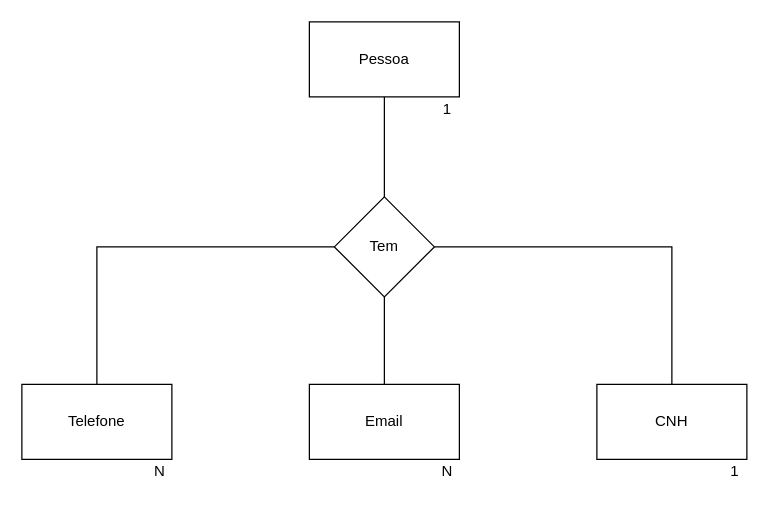
Above: page "Conceitual" (1 of 2) of 1.1-exercicio-pessoas/1.1-exercicio-pessoas.drawio in Brunodonadei/exercicios-sprint-1-bd (draw.io), before the change. Source tidied: cells renumbered, new cells numbered last; positions are measured from the earlier drawing's top-left corner, leaving out a move shared by most shapes. Both pictures are drawn from the tidied source at 125%, with x=0, y=0 at pixel (21, 21).
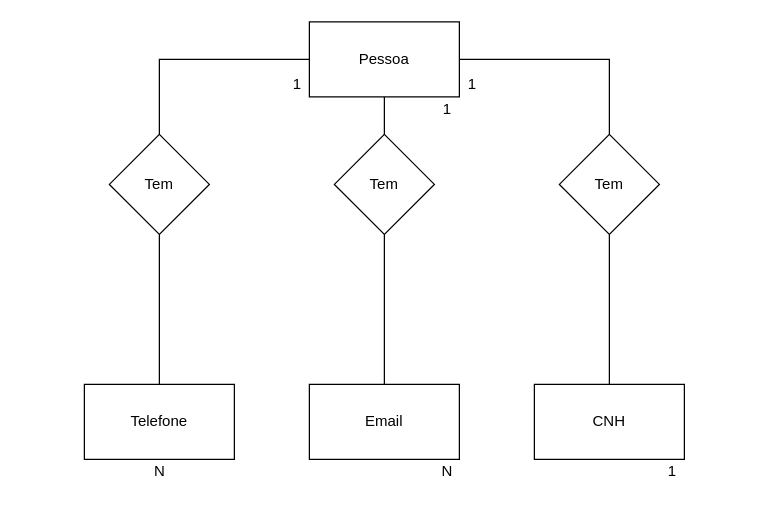
After the change.

Commit message (it also covers changes not shown here):
Adicionado diagrama logico e tabela 1.1

The change refers to these unchanged cells:
```xml
<mxCell id="3" value="Pessoa" style="rounded=0;whiteSpace=wrap;html=1;" parent="1" vertex="1">
  <mxGeometry x="230" width="120" height="60" as="geometry" />
</mxCell>
<mxCell id="4" value="Email" style="rounded=0;whiteSpace=wrap;html=1;" parent="1" vertex="1">
  <mxGeometry x="230" y="290" width="120" height="60" as="geometry" />
</mxCell>
```

Change to the diagram source:
```diff
@@
-    <mxCell id="2" style="edgeStyle=orthogonalEdgeStyle;rounded=0;jettySize=auto;html=1;exitX=0.5;exitY=1;exitDx=0;exitDy=0;entryX=0.5;entryY=0;entryDx=0;entryDy=0;endArrow=none;endFill=0;" parent="1" edge="1" source="3" target="10">
-      <mxGeometry relative="1" as="geometry" />
+    <mxCell id="2" style="edgeStyle=orthogonalEdgeStyle;rounded=0;jettySize=auto;html=1;exitX=0.5;exitY=1;exitDx=0;exitDy=0;endArrow=none;endFill=0;" parent="1" edge="1" source="3">
+      <mxGeometry relative="1" as="geometry">
+        <mxPoint x="290" y="110" as="targetPoint" />
+      </mxGeometry>
     </mxCell>
+    <mxCell id="15" style="edgeStyle=orthogonalEdgeStyle;rounded=0;jettySize=auto;html=1;endArrow=none;endFill=0;entryX=0.5;entryY=0;entryDx=0;entryDy=0;" parent="1" edge="1" source="3" target="18">
+      <mxGeometry relative="1" as="geometry" />
+    </mxCell>
+    <mxCell id="16" style="edgeStyle=orthogonalEdgeStyle;rounded=0;jettySize=auto;html=1;entryX=0.5;entryY=0;entryDx=0;entryDy=0;endArrow=none;endFill=0;" parent="1" edge="1" source="3" target="10">
+      <mxGeometry relative="1" as="geometry" />
+    </mxCell>
@@
     <mxCell id="5" value="Telefone" style="rounded=0;whiteSpace=wrap;html=1;" parent="1" vertex="1">
-      <mxGeometry y="290" width="120" height="60" as="geometry" />
+      <mxGeometry x="50" y="290" width="120" height="60" as="geometry" />
     </mxCell>
     <mxCell id="6" value="CNH" style="rounded=0;whiteSpace=wrap;html=1;" parent="1" vertex="1">
-      <mxGeometry x="460" y="290" width="120" height="60" as="geometry" />
+      <mxGeometry x="410" y="290" width="120" height="60" as="geometry" />
     </mxCell>
-    <mxCell id="7" style="edgeStyle=orthogonalEdgeStyle;rounded=0;jettySize=auto;html=1;exitX=0.5;exitY=1;exitDx=0;exitDy=0;endArrow=none;endFill=0;" parent="1" edge="1" source="10" target="4">
+    <mxCell id="7" style="edgeStyle=orthogonalEdgeStyle;rounded=0;jettySize=auto;html=1;endArrow=none;endFill=0;exitX=0.5;exitY=1;exitDx=0;exitDy=0;" parent="1" edge="1" source="17" target="4">
       <mxGeometry relative="1" as="geometry" />
     </mxCell>
-    <mxCell id="8" style="edgeStyle=orthogonalEdgeStyle;rounded=0;jettySize=auto;html=1;exitX=0;exitY=0.5;exitDx=0;exitDy=0;entryX=0.5;entryY=0;entryDx=0;entryDy=0;endArrow=none;endFill=0;" parent="1" edge="1" source="10" target="5">
+    <mxCell id="8" style="edgeStyle=orthogonalEdgeStyle;rounded=0;jettySize=auto;html=1;entryX=0.5;entryY=0;entryDx=0;entryDy=0;endArrow=none;endFill=0;exitX=0.5;exitY=1;exitDx=0;exitDy=0;" parent="1" edge="1" source="18" target="5">
       <mxGeometry relative="1" as="geometry" />
     </mxCell>
-    <mxCell id="9" style="edgeStyle=orthogonalEdgeStyle;rounded=0;jettySize=auto;html=1;exitX=1;exitY=0.5;exitDx=0;exitDy=0;entryX=0.5;entryY=0;entryDx=0;entryDy=0;endArrow=none;endFill=0;" parent="1" edge="1" source="10" target="6">
+    <mxCell id="9" style="edgeStyle=orthogonalEdgeStyle;rounded=0;jettySize=auto;html=1;entryX=0.5;entryY=0;entryDx=0;entryDy=0;endArrow=none;endFill=0;exitX=0.5;exitY=1;exitDx=0;exitDy=0;" parent="1" edge="1" source="10" target="6">
       <mxGeometry relative="1" as="geometry" />
     </mxCell>
     <mxCell id="10" value="Tem" style="rhombus;whiteSpace=wrap;html=1;" parent="1" vertex="1">
-      <mxGeometry x="250" y="140" width="80" height="80" as="geometry" />
+      <mxGeometry x="430" y="90" width="80" height="80" as="geometry" />
     </mxCell>
     <mxCell id="11" value="1" style="text;html=1;align=center;verticalAlign=middle;" parent="1" vertex="1">
-      <mxGeometry x="330" y="60" width="20" height="20" as="geometry" />
+      <mxGeometry x="350" y="40" width="20" height="20" as="geometry" />
     </mxCell>
@@
     <mxCell id="14" value="1" style="text;html=1;align=center;verticalAlign=middle;" parent="1" vertex="1">
-      <mxGeometry x="560" y="350" width="20" height="20" as="geometry" />
+      <mxGeometry x="510" y="350" width="20" height="20" as="geometry" />
     </mxCell>
+    <mxCell id="17" value="Tem" style="rhombus;whiteSpace=wrap;html=1;" parent="1" vertex="1">
+      <mxGeometry x="250" y="90" width="80" height="80" as="geometry" />
+    </mxCell>
+    <mxCell id="18" value="Tem" style="rhombus;whiteSpace=wrap;html=1;" parent="1" vertex="1">
+      <mxGeometry x="70" y="90" width="80" height="80" as="geometry" />
+    </mxCell>
+    <mxCell id="19" value="1" style="text;html=1;align=center;verticalAlign=middle;" parent="1" vertex="1">
+      <mxGeometry x="330" y="60" width="20" height="20" as="geometry" />
+    </mxCell>
+    <mxCell id="20" value="1" style="text;html=1;align=center;verticalAlign=middle;" parent="1" vertex="1">
+      <mxGeometry x="210" y="40" width="20" height="20" as="geometry" />
+    </mxCell>
```
